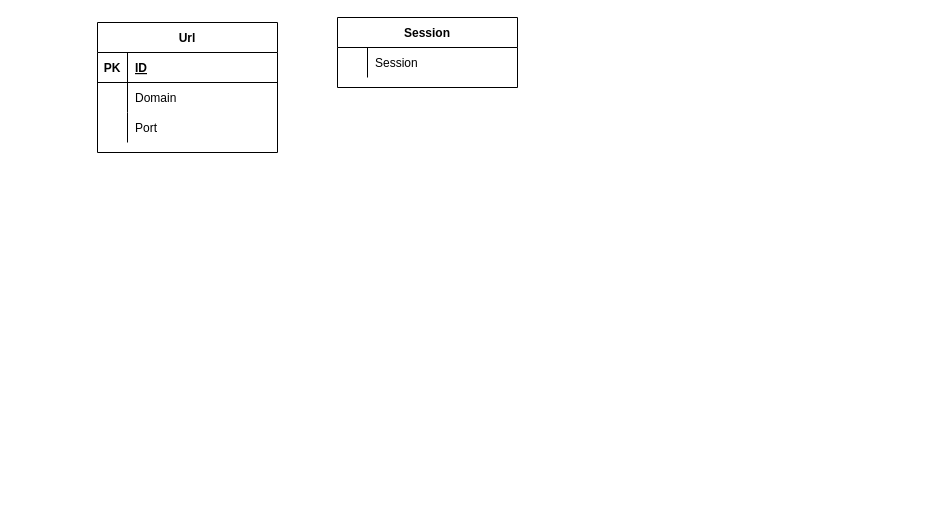
Earlier version of the draw.io diagram page "База данных в работе №4" (4 of 4) of Диаграммы/Диаграммы и Макеты.drawio (AntonSidorov1/Lab3-Lab4-GraphBuilder-sidorov493). Source tidied: cells renumbered, new cells numbered last; positions are measured from the earlier drawing's top-left corner, leaving out a move shared by most shapes. Both pictures are drawn from the tidied source at 100%, with x=0, y=0 at pixel (97, 17).
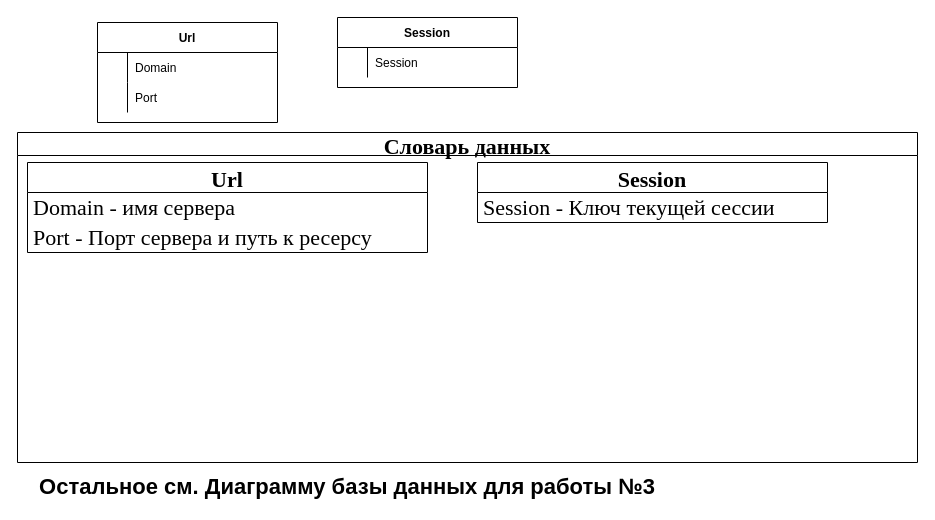
The same page after the edit.

The edit, as a diff of the source:
```diff
@@
 <mxGraphModel>
   <root>
     <mxCell id="0" />
     <mxCell id="1" parent="0" />
     <mxCell id="2" value="Url" style="shape=table;startSize=30;childLayout=tableLayout;rowLines=0;fontStyle=1;align=center;" parent="1" vertex="1">
-      <mxGeometry y="5" width="180" height="130" as="geometry" />
+      <mxGeometry y="5" width="180" height="100" as="geometry" />
     </mxCell>
-    <mxCell id="3" style="shape=tableRow;horizontal=0;startSize=0;swimlaneHead=0;swimlaneBody=0;fillColor=none;top=0;left=0;right=0;bottom=1;" parent="2" vertex="1">
-      <mxGeometry y="30" width="180" height="30" as="geometry" />
-    </mxCell>
-    <mxCell id="4" value="PK" style="shape=partialRectangle;fillColor=none;top=0;left=0;bottom=0;right=0;fontStyle=1;overflow=hidden;" parent="3" vertex="1">
-      <mxGeometry width="30" height="30" as="geometry" />
-    </mxCell>
-    <mxCell id="5" value="ID" style="shape=partialRectangle;fillColor=none;top=0;left=0;bottom=0;right=0;align=left;spacingLeft=6;fontStyle=5;overflow=hidden;" parent="3" vertex="1">
-      <mxGeometry x="30" width="150" height="30" as="geometry" />
-    </mxCell>
     <mxCell id="6" style="shape=tableRow;horizontal=0;startSize=0;swimlaneHead=0;swimlaneBody=0;fillColor=none;top=0;left=0;right=0;bottom=0;" parent="2" vertex="1">
-      <mxGeometry y="60" width="180" height="30" as="geometry" />
+      <mxGeometry y="30" width="180" height="30" as="geometry" />
     </mxCell>
     <mxCell id="7" style="shape=partialRectangle;fillColor=none;top=0;left=0;bottom=0;right=0;overflow=hidden;" parent="6" vertex="1">
       <mxGeometry width="30" height="30" as="geometry" />
     </mxCell>
     <mxCell id="8" value="Domain" style="shape=partialRectangle;fillColor=none;top=0;left=0;bottom=0;right=0;align=left;spacingLeft=6;overflow=hidden;" parent="6" vertex="1">
       <mxGeometry x="30" width="150" height="30" as="geometry" />
     </mxCell>
     <mxCell id="9" style="shape=tableRow;horizontal=0;startSize=0;swimlaneHead=0;swimlaneBody=0;fillColor=none;top=0;left=0;right=0;bottom=0;" parent="2" vertex="1">
-      <mxGeometry y="90" width="180" height="30" as="geometry" />
+      <mxGeometry y="60" width="180" height="30" as="geometry" />
     </mxCell>
     <mxCell id="10" style="shape=partialRectangle;fillColor=none;top=0;left=0;bottom=0;right=0;overflow=hidden;" parent="9" vertex="1">
       <mxGeometry width="30" height="30" as="geometry" />
     </mxCell>
     <mxCell id="11" value="Port" style="shape=partialRectangle;fillColor=none;top=0;left=0;bottom=0;right=0;align=left;spacingLeft=6;overflow=hidden;" parent="9" vertex="1">
       <mxGeometry x="30" width="150" height="30" as="geometry" />
     </mxCell>
     <mxCell id="12" value="Session" style="shape=table;startSize=30;childLayout=tableLayout;rowLines=0;fontStyle=1;align=center;" parent="1" vertex="1">
       <mxGeometry x="240" width="180" height="70" as="geometry" />
     </mxCell>
     <mxCell id="13" style="shape=tableRow;horizontal=0;startSize=0;swimlaneHead=0;swimlaneBody=0;fillColor=none;top=0;left=0;right=0;bottom=0;" parent="12" vertex="1">
       <mxGeometry y="30" width="180" height="30" as="geometry" />
     </mxCell>
     <mxCell id="14" style="shape=partialRectangle;fillColor=none;top=0;left=0;bottom=0;right=0;overflow=hidden;" parent="13" vertex="1">
       <mxGeometry width="30" height="30" as="geometry" />
     </mxCell>
     <mxCell id="15" value="Session" style="shape=partialRectangle;fillColor=none;top=0;left=0;bottom=0;right=0;align=left;spacingLeft=6;overflow=hidden;" parent="13" vertex="1">
       <mxGeometry x="30" width="150" height="30" as="geometry" />
     </mxCell>
+    <mxCell id="16" value="Словарь данных" style="swimlane;fontSize=22;fontFamily=Times New Roman;" parent="1" vertex="1">
+      <mxGeometry x="-80" y="115" width="900" height="330" as="geometry" />
+    </mxCell>
+    <mxCell id="17" value="Url" style="swimlane;fontStyle=1;horizontal=1;startSize=30;fontSize=22;fontFamily=Times New Roman;" parent="16" vertex="1">
+      <mxGeometry x="10" y="30" width="400" height="90" as="geometry" />
+    </mxCell>
+    <mxCell id="18" value="Domain - имя сервера" style="text;strokeColor=none;fillColor=none;align=left;verticalAlign=middle;spacingLeft=4;spacingRight=4;overflow=hidden;fontSize=22;fontFamily=Times New Roman;whiteSpace=wrap;" parent="17" vertex="1">
+      <mxGeometry y="30" width="400" height="30" as="geometry" />
+    </mxCell>
+    <mxCell id="19" value="Port - Порт сервера и путь к ресерсу" style="text;strokeColor=none;fillColor=none;align=left;verticalAlign=middle;spacingLeft=4;spacingRight=4;overflow=hidden;fontSize=22;fontFamily=Times New Roman;whiteSpace=wrap;" parent="17" vertex="1">
+      <mxGeometry y="60" width="400" height="30" as="geometry" />
+    </mxCell>
+    <mxCell id="20" value="Session" style="swimlane;fontStyle=1;horizontal=1;startSize=30;fontSize=22;fontFamily=Times New Roman;" parent="16" vertex="1">
+      <mxGeometry x="460" y="30" width="350" height="60" as="geometry" />
+    </mxCell>
+    <mxCell id="21" value="Session - Ключ текущей сессии" style="text;strokeColor=none;fillColor=none;align=left;verticalAlign=middle;spacingLeft=4;spacingRight=4;overflow=hidden;fontSize=22;fontFamily=Times New Roman;whiteSpace=wrap;" parent="20" vertex="1">
+      <mxGeometry y="30" width="350" height="30" as="geometry" />
+    </mxCell>
+    <mxCell id="22" value="Остальное см. Диаграмму базы данных для работы №3" style="text;html=1;strokeColor=none;fillColor=none;align=center;verticalAlign=middle;whiteSpace=wrap;rounded=0;fontStyle=1;fontSize=22;" parent="1" vertex="1">
+      <mxGeometry x="-60" y="455" width="620" height="30" as="geometry" />
+    </mxCell>
   </root>
 </mxGraphModel>
```
